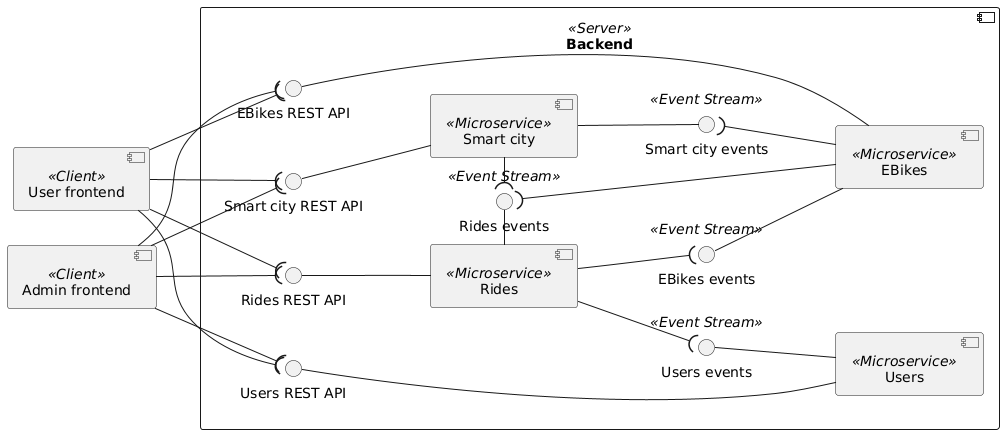
Above: doc/diagrams/components.png in Ventus218/SAP-assignment-03 (PlantUML), before the change.
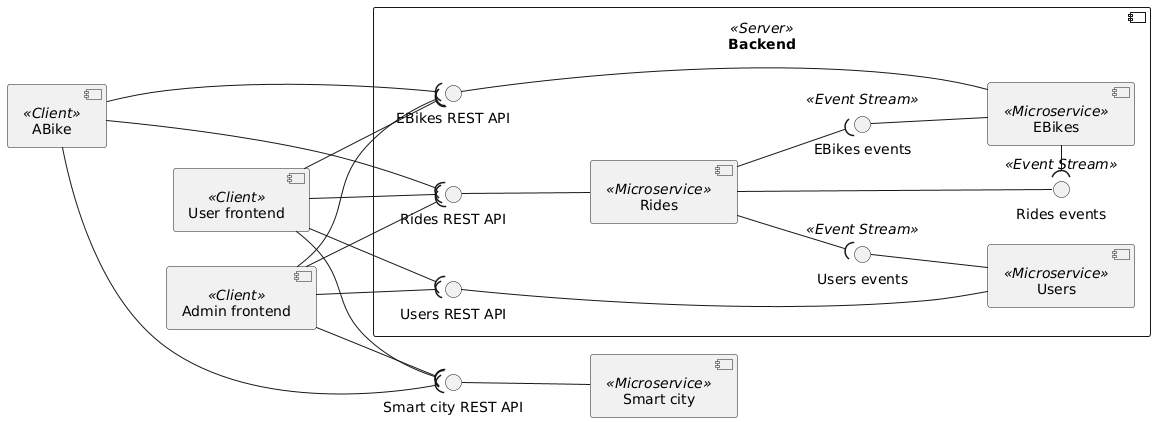
Above is the later version.

Commit message:
Automatically generated PlantUML diagrams

What changed in the source:
```diff
@@ -4,21 +4,19 @@
 
 component "User frontend" as UserFE <<Client>>
 component "Admin frontend" as AdminFE <<Client>>
+component "ABike" <<Client>>
+
+component "Smart city" <<Microservice>> as SmartCity
+interface "Smart city REST API" as SmartCityAPI
+SmartCity -u-() SmartCityAPI
 
 component Backend <<Server>> {
-
-    component "Smart city" <<Microservice>> as SmartCity
-    interface "Smart city REST API" as SmartCityAPI
-    SmartCity -u-() SmartCityAPI
-    interface "Smart city events" <<Event Stream>> as SmartCityES
-    SmartCity --() SmartCityES
 
     component "EBikes" <<Microservice>> as EBikes
     interface "EBikes REST API" as EBikesAPI
     EBikes --u--() EBikesAPI
     interface "EBikes events" <<Event Stream>> as EBikesES
     EBikes -u-() EBikesES
-    EBikes -u-( SmartCityES
 
     component "Users" <<Microservice>> as Users
     interface "Users REST API" as UsersAPI
@@ -30,12 +28,11 @@
     interface "Rides REST API" as RidesAPI
     Rides -u-() RidesAPI
     interface "Rides events" <<Event Stream>> as RidesES
-    Rides -r-() RidesES
-    Rides -d-( UsersES
-    Rides -d-( EBikesES
+    Rides --() RidesES
+    Rides --( UsersES
+    Rides --( EBikesES
 
-    EBikes -u-( RidesES
-    SmartCity -l-( RidesES
+    EBikes -l-( RidesES
 }
 
 UserFE --( RidesAPI
@@ -46,5 +43,8 @@
 AdminFE --( UsersAPI
 AdminFE --( EBikesAPI
 AdminFE --( SmartCityAPI
+ABike ---( RidesAPI
+ABike ---( EBikesAPI
+ABike ---( SmartCityAPI
 
 @enduml
```
